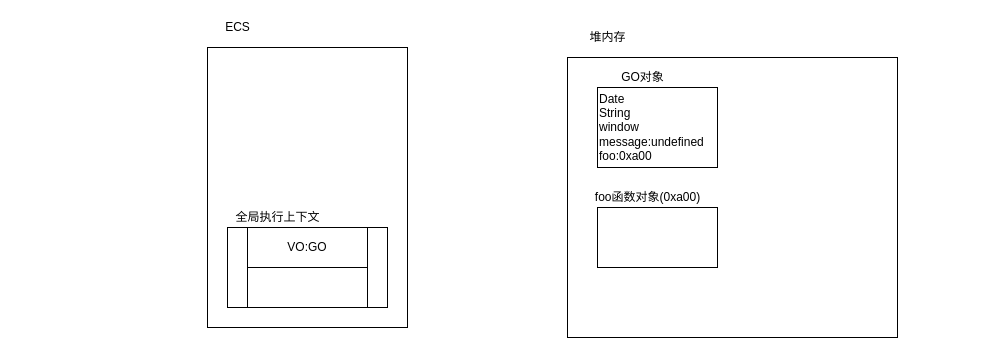
Earlier version of the draw.io diagram 04_learn_closure/flowChart/funcProcessMemory.drawio (98lxh/JavaScript-Basic). Source tidied: cells renumbered, new cells numbered last; positions are measured from the earlier drawing's top-left corner, leaving out a move shared by most shapes. Both pictures are drawn from the tidied source at 100%, with x=0, y=0 at pixel (207, 17).
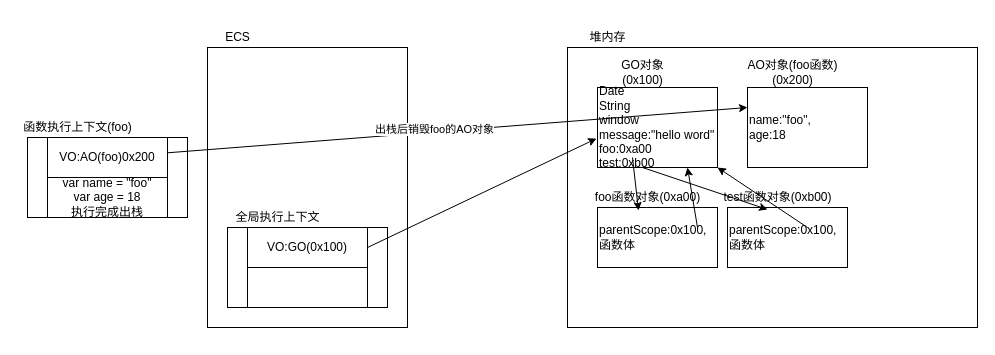
Above is the later version.

The change refers to these unchanged cells:
```xml
<mxCell id="13" value="foo函数对象(0xa00)" style="text;html=1;align=center;verticalAlign=middle;points=[];strokeColor=none;" parent="1" vertex="1">
  <mxGeometry x="380" y="170" width="120" height="20" as="geometry" />
</mxCell>
```

Diff of the diagram source:
```diff
@@
     <mxCell id="2" style="rounded=0;whiteSpace=wrap;html=1;" parent="1" vertex="1">
-      <mxGeometry x="360" y="40" width="330" height="280" as="geometry" />
+      <mxGeometry x="360" y="30" width="410" height="280" as="geometry" />
     </mxCell>
@@
-    <mxCell id="4" value="Date&lt;br&gt;String&lt;br&gt;&lt;div&gt;&lt;span&gt;window&lt;/span&gt;&lt;/div&gt;&lt;div&gt;&lt;span&gt;message:undefined&lt;/span&gt;&lt;/div&gt;&lt;div&gt;&lt;span&gt;foo:0xa00&lt;/span&gt;&lt;/div&gt;" style="rounded=0;whiteSpace=wrap;html=1;align=left;" parent="1" vertex="1">
+    <mxCell id="4" value="Date&lt;br&gt;String&lt;br&gt;&lt;div&gt;&lt;span&gt;window&lt;/span&gt;&lt;/div&gt;&lt;div&gt;&lt;span&gt;message:&quot;hello word&quot;&lt;/span&gt;&lt;/div&gt;&lt;div&gt;&lt;span&gt;foo:0xa00&lt;/span&gt;&lt;/div&gt;&lt;div&gt;&lt;span&gt;test:0xb00&lt;/span&gt;&lt;/div&gt;" style="rounded=0;whiteSpace=wrap;html=1;align=left;" parent="1" vertex="1">
       <mxGeometry x="390" y="70" width="120" height="80" as="geometry" />
     </mxCell>
-    <mxCell id="5" value="GO对象" style="text;html=1;align=center;verticalAlign=middle;strokeColor=none;" parent="1" vertex="1">
-      <mxGeometry x="405" y="50" width="60" height="20" as="geometry" />
+    <mxCell id="5" value="GO对象&lt;br&gt;(0x100)" style="text;html=1;align=center;verticalAlign=middle;strokeColor=none;" parent="1" vertex="1">
+      <mxGeometry x="405" y="40" width="60" height="30" as="geometry" />
     </mxCell>
@@
     <mxCell id="7" value="ECS" style="text;html=1;align=center;verticalAlign=middle;strokeColor=none;" parent="1" vertex="1">
-      <mxGeometry x="10" width="40" height="20" as="geometry" />
+      <mxGeometry x="10" y="10" width="40" height="20" as="geometry" />
     </mxCell>
@@
-    <mxCell id="10" value="VO:GO" style="rounded=0;whiteSpace=wrap;html=1;" parent="1" vertex="1">
+    <mxCell id="10" value="VO:GO(0x100)" style="rounded=0;whiteSpace=wrap;html=1;" parent="1" vertex="1">
       <mxGeometry x="40" y="210" width="120" height="40" as="geometry" />
     </mxCell>
@@
-    <mxCell id="12" style="rounded=0;whiteSpace=wrap;html=1;align=left;" parent="1" vertex="1">
+    <mxCell id="12" value="parentScope:0x100,&lt;br&gt;函数体" style="rounded=0;whiteSpace=wrap;html=1;align=left;" parent="1" vertex="1">
       <mxGeometry x="390" y="190" width="120" height="60" as="geometry" />
     </mxCell>
@@
+    <mxCell id="14" style="endArrow=classic;html=1;entryX=0.425;entryY=1.15;entryDx=0;entryDy=0;entryPerimeter=0;" parent="1" edge="1" target="13">
+      <mxGeometry relative="1" as="geometry">
+        <mxPoint x="425" y="140" as="sourcePoint" />
+      </mxGeometry>
+    </mxCell>
+    <mxCell id="15" style="endArrow=classic;html=1;entryX=0.75;entryY=1;entryDx=0;entryDy=0;" parent="1" edge="1" target="4">
+      <mxGeometry relative="1" as="geometry">
+        <mxPoint x="490" y="210" as="sourcePoint" />
+      </mxGeometry>
+    </mxCell>
+    <mxCell id="16" value="parentScope:0x100,&lt;br&gt;函数体" style="rounded=0;whiteSpace=wrap;html=1;align=left;" parent="1" vertex="1">
+      <mxGeometry x="520" y="190" width="120" height="60" as="geometry" />
+    </mxCell>
+    <mxCell id="17" value="test函数对象(0xb00)" style="text;html=1;align=center;verticalAlign=middle;points=[];strokeColor=none;" parent="1" vertex="1">
+      <mxGeometry x="510" y="170" width="120" height="20" as="geometry" />
+    </mxCell>
+    <mxCell id="18" style="endArrow=classic;html=1;entryX=0.417;entryY=1.1;entryDx=0;entryDy=0;entryPerimeter=0;" parent="1" edge="1" target="17">
+      <mxGeometry relative="1" as="geometry">
+        <mxPoint x="435" y="150" as="sourcePoint" />
+      </mxGeometry>
+    </mxCell>
+    <mxCell id="19" style="endArrow=classic;html=1;" parent="1" edge="1" target="4">
+      <mxGeometry relative="1" as="geometry">
+        <mxPoint x="600" y="210" as="sourcePoint" />
+      </mxGeometry>
+    </mxCell>
+    <mxCell id="20" style="rounded=0;whiteSpace=wrap;html=1;" parent="1" vertex="1">
+      <mxGeometry x="-180" y="120" width="160" height="80" as="geometry" />
+    </mxCell>
+    <mxCell id="21" value="函数执行上下文(foo)" style="text;html=1;align=center;verticalAlign=middle;strokeColor=none;" parent="1" vertex="1">
+      <mxGeometry x="-190" y="100" width="120" height="20" as="geometry" />
+    </mxCell>
+    <mxCell id="22" value="VO:AO(foo)0x200" style="rounded=0;whiteSpace=wrap;html=1;" parent="1" vertex="1">
+      <mxGeometry x="-160" y="120" width="120" height="40" as="geometry" />
+    </mxCell>
+    <mxCell id="23" value="var name = &quot;foo&quot;&lt;br&gt;var age = 18&lt;br&gt;执行完成出栈" style="rounded=0;whiteSpace=wrap;html=1;" parent="1" vertex="1">
+      <mxGeometry x="-160" y="160" width="120" height="40" as="geometry" />
+    </mxCell>
+    <mxCell id="24" value="name:&quot;foo&quot;,&lt;br&gt;age:18" style="rounded=0;whiteSpace=wrap;html=1;align=left;" parent="1" vertex="1">
+      <mxGeometry x="540" y="70" width="120" height="80" as="geometry" />
+    </mxCell>
+    <mxCell id="25" value="AO对象(foo函数)&lt;br&gt;(0x200)" style="text;html=1;align=center;verticalAlign=middle;strokeColor=none;" parent="1" vertex="1">
+      <mxGeometry x="530" y="40" width="110" height="30" as="geometry" />
+    </mxCell>
+    <mxCell id="26" style="endArrow=classic;html=1;entryX=0;entryY=0.25;entryDx=0;entryDy=0;" parent="1" edge="1" source="22" target="24">
+      <mxGeometry relative="1" as="geometry" />
+    </mxCell>
+    <mxCell id="27" value="出栈后销毁foo的AO对象" style="edgeLabel;html=1;align=center;verticalAlign=middle;rotation=0;" parent="26" vertex="1">
+      <mxGeometry x="-0.08" y="3" relative="1" as="geometry" />
+    </mxCell>
+    <mxCell id="28" style="endArrow=classic;html=1;exitX=1;exitY=0.5;exitDx=0;exitDy=0;entryX=-0.008;entryY=0.638;entryDx=0;entryDy=0;entryPerimeter=0;" parent="1" edge="1" source="10" target="4">
+      <mxGeometry relative="1" as="geometry" />
+    </mxCell>
```
